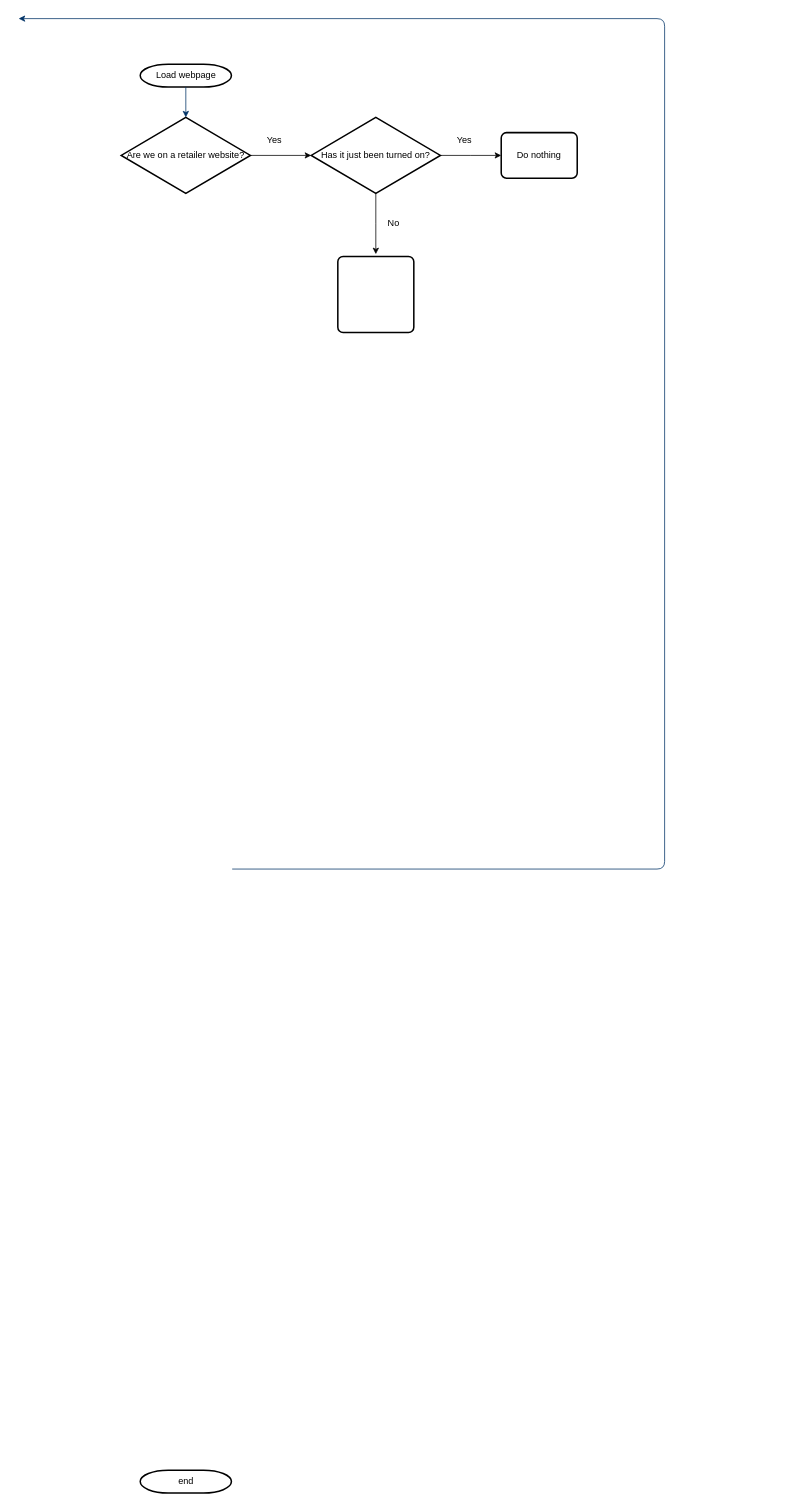
Before: donation-reminder-logic.drawio in danmofo/flowcharts, a draw.io diagram. Source tidied: cells renumbered, new cells numbered last; positions are measured from the earlier drawing's top-left corner, leaving out a move shared by most shapes. Both pictures are drawn from the tidied source at 76%, with x=0, y=0 at pixel (18, 18).
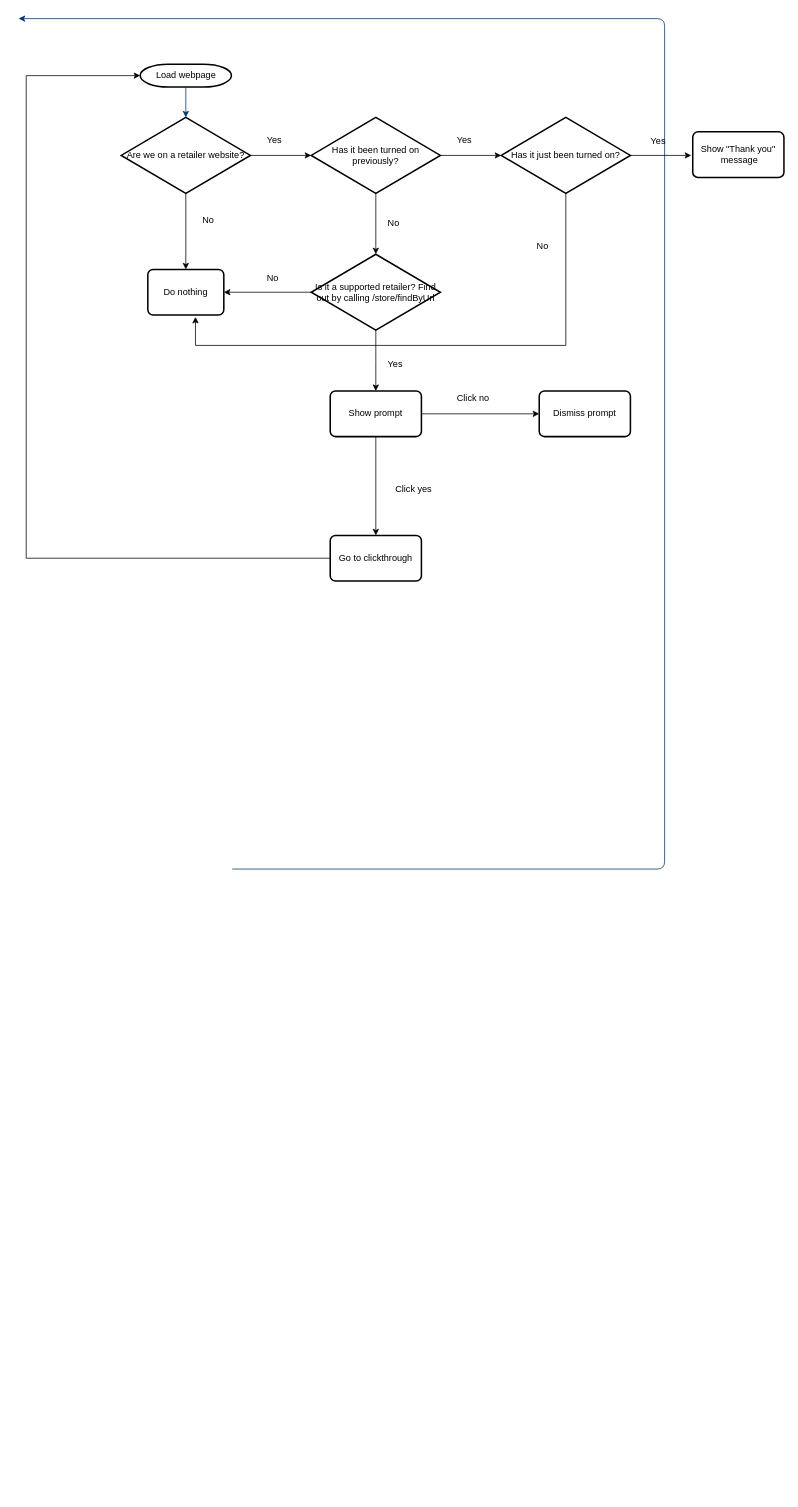
After the change.

Commit message:
Finished flow

The change refers to these unchanged cells:
```xml
<mxCell id="2" value="Load webpage" style="shape=mxgraph.flowchart.terminator;strokeWidth=2;gradientColor=none;gradientDirection=north;fontStyle=0;html=1;" parent="1" vertex="1">
  <mxGeometry x="160" y="60" width="120" height="30" as="geometry" />
</mxCell>
<mxCell id="7" value="Are we on a retailer website?" style="strokeWidth=2;html=1;shape=mxgraph.flowchart.decision;whiteSpace=wrap;" parent="1" vertex="1">
  <mxGeometry x="135" y="130" width="170" height="100" as="geometry" />
</mxCell>
```

The edit, as a diff of the source:
```diff
@@
-    <mxCell id="4" value="end" style="shape=mxgraph.flowchart.terminator;strokeWidth=2;gradientColor=none;gradientDirection=north;fontStyle=0;html=1;" parent="1" vertex="1">
-      <mxGeometry x="160" y="1910" width="120" height="30" as="geometry" />
-    </mxCell>
@@
+    <mxCell id="16" style="edgeStyle=orthogonalEdgeStyle;rounded=0;jettySize=auto;html=1;entryX=0.5;entryY=0;entryDx=0;entryDy=0;" parent="1" edge="1" source="7" target="14">
+      <mxGeometry relative="1" as="geometry" />
+    </mxCell>
@@
-    <mxCell id="8" style="edgeStyle=orthogonalEdgeStyle;rounded=0;jettySize=auto;html=1;" parent="1" edge="1" source="10">
-      <mxGeometry relative="1" as="geometry">
-        <mxPoint x="470" y="310" as="targetPoint" />
-      </mxGeometry>
-    </mxCell>
-    <mxCell id="9" style="edgeStyle=orthogonalEdgeStyle;rounded=0;jettySize=auto;html=1;" parent="1" edge="1" source="10">
-      <mxGeometry relative="1" as="geometry">
-        <mxPoint x="635" y="180" as="targetPoint" />
-      </mxGeometry>
-    </mxCell>
+    <mxCell id="17" style="edgeStyle=orthogonalEdgeStyle;rounded=0;jettySize=auto;html=1;" parent="1" edge="1" source="10" target="24">
+      <mxGeometry relative="1" as="geometry" />
+    </mxCell>
+    <mxCell id="18" style="edgeStyle=orthogonalEdgeStyle;rounded=0;jettySize=auto;html=1;" parent="1" edge="1" source="10" target="21">
+      <mxGeometry relative="1" as="geometry" />
+    </mxCell>
-    <mxCell id="10" value="Has it just been turned on?" style="strokeWidth=2;html=1;shape=mxgraph.flowchart.decision;whiteSpace=wrap;" parent="1" vertex="1">
+    <mxCell id="10" value="Has it been turned on previously?" style="strokeWidth=2;html=1;shape=mxgraph.flowchart.decision;whiteSpace=wrap;" parent="1" vertex="1">
       <mxGeometry x="385" y="130" width="170" height="100" as="geometry" />
     </mxCell>
+    <mxCell id="19" style="edgeStyle=orthogonalEdgeStyle;rounded=0;jettySize=auto;html=1;" parent="1" edge="1" source="21">
+      <mxGeometry relative="1" as="geometry">
+        <mxPoint x="885" y="180" as="targetPoint" />
+      </mxGeometry>
+    </mxCell>
+    <mxCell id="20" style="edgeStyle=orthogonalEdgeStyle;rounded=0;jettySize=auto;html=1;entryX=0.627;entryY=1.041;entryDx=0;entryDy=0;entryPerimeter=0;" parent="1" edge="1" source="21" target="14">
+      <mxGeometry relative="1" as="geometry">
+        <Array as="points">
+          <mxPoint x="720" y="430" />
+          <mxPoint x="233" y="430" />
+        </Array>
+      </mxGeometry>
+    </mxCell>
+    <mxCell id="21" value="Has it just been turned on?" style="strokeWidth=2;html=1;shape=mxgraph.flowchart.decision;whiteSpace=wrap;" parent="1" vertex="1">
+      <mxGeometry x="635" y="130" width="170" height="100" as="geometry" />
+    </mxCell>
+    <mxCell id="22" style="edgeStyle=orthogonalEdgeStyle;rounded=0;jettySize=auto;html=1;entryX=1;entryY=0.5;entryDx=0;entryDy=0;" parent="1" edge="1" source="24" target="14">
+      <mxGeometry relative="1" as="geometry" />
+    </mxCell>
+    <mxCell id="23" style="edgeStyle=orthogonalEdgeStyle;rounded=0;jettySize=auto;html=1;" parent="1" edge="1" source="24">
+      <mxGeometry relative="1" as="geometry">
+        <mxPoint x="470" y="490" as="targetPoint" />
+      </mxGeometry>
+    </mxCell>
+    <mxCell id="24" value="Is it a supported retailer? Find out by calling /store/findByUrl" style="strokeWidth=2;html=1;shape=mxgraph.flowchart.decision;whiteSpace=wrap;" parent="1" vertex="1">
+      <mxGeometry x="385" y="310" width="170" height="100" as="geometry" />
+    </mxCell>
@@
-    <mxCell id="12" style="rounded=1;whiteSpace=wrap;html=1;absoluteArcSize=1;arcSize=14;strokeWidth=2;" parent="1" vertex="1">
-      <mxGeometry x="420" y="313" width="100" height="100" as="geometry" />
-    </mxCell>
@@
     <mxCell id="14" value="Do nothing" style="rounded=1;whiteSpace=wrap;html=1;absoluteArcSize=1;arcSize=14;strokeWidth=2;" parent="1" vertex="1">
-      <mxGeometry x="635" y="150" width="100" height="60" as="geometry" />
+      <mxGeometry x="170" y="330" width="100" height="60" as="geometry" />
     </mxCell>
@@
+    <mxCell id="25" value="Yes" style="text;html=1;align=left;verticalAlign=top;spacingTop=-4;" parent="1" vertex="1">
+      <mxGeometry x="484" y="445" width="40" height="10" as="geometry" />
+    </mxCell>
+    <mxCell id="26" style="edgeStyle=orthogonalEdgeStyle;rounded=0;jettySize=auto;html=1;" parent="1" edge="1" source="28" target="31">
+      <mxGeometry relative="1" as="geometry" />
+    </mxCell>
+    <mxCell id="27" style="edgeStyle=orthogonalEdgeStyle;rounded=0;jettySize=auto;html=1;" parent="1" edge="1" source="28" target="30">
+      <mxGeometry relative="1" as="geometry" />
+    </mxCell>
+    <mxCell id="28" value="Show prompt" style="rounded=1;whiteSpace=wrap;html=1;absoluteArcSize=1;arcSize=14;strokeWidth=2;" parent="1" vertex="1">
+      <mxGeometry x="410" y="490" width="120" height="60" as="geometry" />
+    </mxCell>
+    <mxCell id="29" style="edgeStyle=orthogonalEdgeStyle;rounded=0;jettySize=auto;html=1;entryX=0;entryY=0.5;entryDx=0;entryDy=0;entryPerimeter=0;" parent="1" edge="1" source="30" target="2">
+      <mxGeometry relative="1" as="geometry">
+        <Array as="points">
+          <mxPoint x="10" y="710" />
+          <mxPoint x="10" y="75" />
+        </Array>
+      </mxGeometry>
+    </mxCell>
+    <mxCell id="30" value="Go to clickthrough" style="rounded=1;whiteSpace=wrap;html=1;absoluteArcSize=1;arcSize=14;strokeWidth=2;" parent="1" vertex="1">
+      <mxGeometry x="410" y="680" width="120" height="60" as="geometry" />
+    </mxCell>
+    <mxCell id="31" value="Dismiss prompt" style="rounded=1;whiteSpace=wrap;html=1;absoluteArcSize=1;arcSize=14;strokeWidth=2;" parent="1" vertex="1">
+      <mxGeometry x="685" y="490" width="120" height="60" as="geometry" />
+    </mxCell>
+    <mxCell id="32" value="Click no" style="text;html=1;align=left;verticalAlign=top;spacingTop=-4;" parent="1" vertex="1">
+      <mxGeometry x="575" y="490" width="60" height="10" as="geometry" />
+    </mxCell>
+    <mxCell id="33" value="Click yes" style="text;html=1;align=left;verticalAlign=top;spacingTop=-4;" parent="1" vertex="1">
+      <mxGeometry x="494" y="610" width="60" height="10" as="geometry" />
+    </mxCell>
+    <mxCell id="34" value="No" style="text;html=1;align=left;verticalAlign=top;spacingTop=-4;" parent="1" vertex="1">
+      <mxGeometry x="240" y="255" width="30" height="10" as="geometry" />
+    </mxCell>
+    <mxCell id="35" value="Show &quot;Thank you&quot;&lt;br&gt;&amp;nbsp;message" style="rounded=1;whiteSpace=wrap;html=1;absoluteArcSize=1;arcSize=14;strokeWidth=2;" parent="1" vertex="1">
+      <mxGeometry x="887" y="149" width="120" height="60" as="geometry" />
+    </mxCell>
+    <mxCell id="36" value="Yes" style="text;html=1;align=left;verticalAlign=top;spacingTop=-4;" parent="1" vertex="1">
+      <mxGeometry x="830" y="151" width="40" height="10" as="geometry" />
+    </mxCell>
+    <mxCell id="37" value="No" style="text;html=1;align=left;verticalAlign=top;spacingTop=-4;" parent="1" vertex="1">
+      <mxGeometry x="325" y="332" width="30" height="10" as="geometry" />
+    </mxCell>
+    <mxCell id="38" value="No" style="text;html=1;align=left;verticalAlign=top;spacingTop=-4;" parent="1" vertex="1">
+      <mxGeometry x="680" y="290" width="30" height="10" as="geometry" />
+    </mxCell>
```
